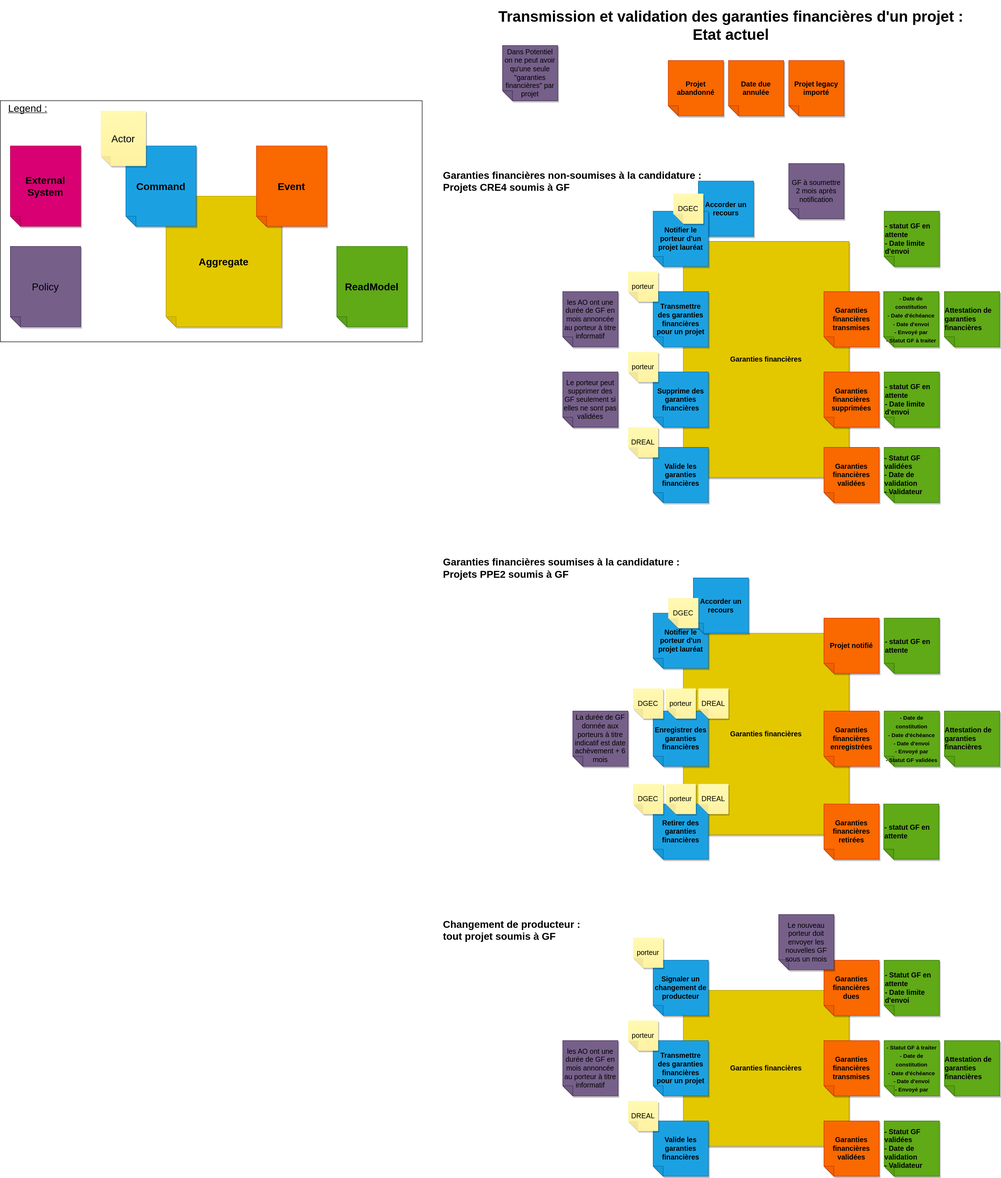
Earlier version of the draw.io export docs/event-stormings/garantiesFinancieres.drawio.svg (MTES-MCT/potentiel). Source tidied: cells renumbered, new cells last; positions are measured from the earlier drawing's top-left corner, leaving out a move shared by most shapes.
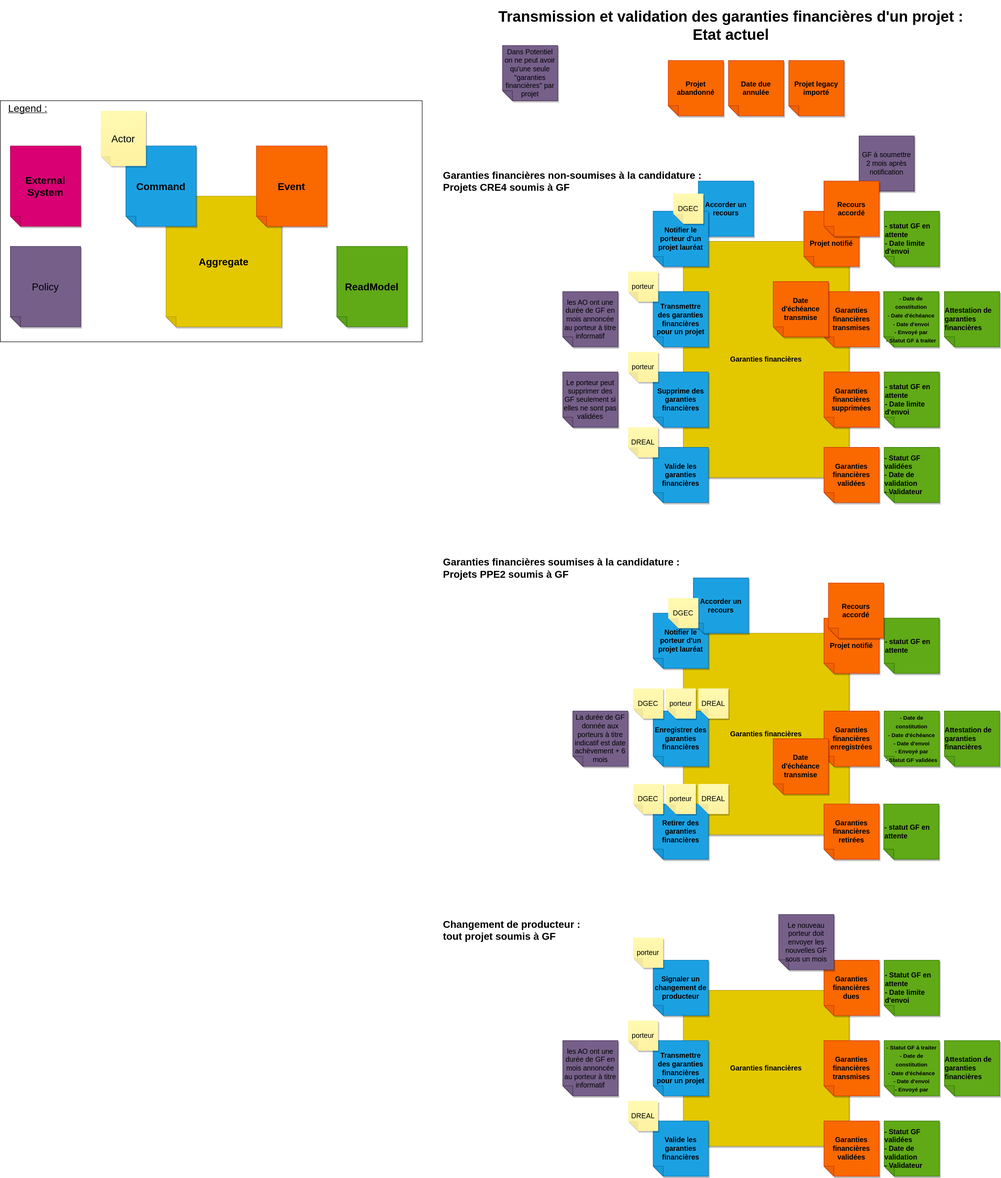
The same file after the commit.

Commit message:
🎨 Ajout events manquants

Change to the diagram source:
```diff
@@ -39,7 +39,7 @@
       <mxGeometry x="960" width="990" height="100" as="geometry" />
     </mxCell>
     <mxCell id="14" value="&lt;font color=&quot;#000000&quot; style=&quot;font-size: 14px;&quot;&gt;GF à soumettre 2 mois après notification&lt;/font&gt;" style="shape=note;whiteSpace=wrap;html=1;backgroundOutline=1;fontColor=#ffffff;darkOpacity=0.05;fillColor=#76608a;strokeColor=#432D57;fillStyle=solid;direction=west;gradientDirection=north;shadow=1;size=20;fontSize=14;" parent="1" vertex="1">
-      <mxGeometry x="1570" y="325" width="110" height="110" as="geometry" />
+      <mxGeometry x="1710" y="270" width="110" height="110" as="geometry" />
     </mxCell>
     <mxCell id="15" value="&lt;font color=&quot;#000000&quot;&gt;&lt;b&gt;- statut GF en attente&lt;br&gt;- Date limite d'envoi&lt;/b&gt;&lt;/font&gt;" style="shape=note;whiteSpace=wrap;html=1;backgroundOutline=1;fontColor=#ffffff;darkOpacity=0.05;fillColor=#60a917;strokeColor=#2D7600;fillStyle=solid;direction=west;gradientDirection=north;shadow=1;size=20;fontSize=14;align=left;" parent="1" vertex="1">
       <mxGeometry x="1760" y="420" width="110" height="110" as="geometry" />
@@ -224,5 +224,20 @@
     <mxCell id="75" value="&lt;b&gt;Projet legacy importé&lt;/b&gt;" style="shape=note;whiteSpace=wrap;html=1;backgroundOutline=1;darkOpacity=0.05;fillColor=#fa6800;strokeColor=#C73500;fillStyle=solid;direction=west;gradientDirection=north;shadow=1;size=20;fontColor=#000000;fontSize=14;" parent="1" vertex="1">
       <mxGeometry x="1570" y="120" width="110" height="110" as="geometry" />
     </mxCell>
+    <mxCell id="76" value="&lt;b style=&quot;font-size: 14px;&quot;&gt;&lt;br&gt;Projet notifié&lt;/b&gt;" style="shape=note;whiteSpace=wrap;html=1;backgroundOutline=1;darkOpacity=0.05;fillColor=#fa6800;strokeColor=#C73500;fillStyle=solid;direction=west;gradientDirection=north;shadow=1;size=20;fontColor=#000000;fontSize=14;" parent="1" vertex="1">
+      <mxGeometry x="1600" y="420" width="110" height="110" as="geometry" />
+    </mxCell>
+    <mxCell id="77" value="&lt;b&gt;Recours accordé&lt;/b&gt;" style="shape=note;whiteSpace=wrap;html=1;backgroundOutline=1;darkOpacity=0.05;fillColor=#fa6800;strokeColor=#C73500;fillStyle=solid;direction=west;gradientDirection=north;shadow=1;size=20;fontColor=#000000;fontSize=14;" parent="1" vertex="1">
+      <mxGeometry x="1640" y="360" width="110" height="110" as="geometry" />
+    </mxCell>
+    <mxCell id="78" value="&lt;b&gt;Recours accordé&lt;/b&gt;" style="shape=note;whiteSpace=wrap;html=1;backgroundOutline=1;darkOpacity=0.05;fillColor=#fa6800;strokeColor=#C73500;fillStyle=solid;direction=west;gradientDirection=north;shadow=1;size=20;fontColor=#000000;fontSize=14;" parent="1" vertex="1">
+      <mxGeometry x="1649" y="1160" width="110" height="110" as="geometry" />
+    </mxCell>
+    <mxCell id="79" value="&lt;b style=&quot;font-size: 14px;&quot;&gt;Date d'échéance transmise&lt;/b&gt;" style="shape=note;whiteSpace=wrap;html=1;backgroundOutline=1;darkOpacity=0.05;fillColor=#fa6800;strokeColor=#C73500;fillStyle=solid;direction=west;gradientDirection=north;shadow=1;size=20;fontColor=#000000;fontSize=14;" parent="1" vertex="1">
+      <mxGeometry x="1539" y="560" width="110" height="110" as="geometry" />
+    </mxCell>
+    <mxCell id="80" value="&lt;b style=&quot;font-size: 14px;&quot;&gt;Date d'échéance transmise&lt;/b&gt;" style="shape=note;whiteSpace=wrap;html=1;backgroundOutline=1;darkOpacity=0.05;fillColor=#fa6800;strokeColor=#C73500;fillStyle=solid;direction=west;gradientDirection=north;shadow=1;size=20;fontColor=#000000;fontSize=14;" parent="1" vertex="1">
+      <mxGeometry x="1539" y="1470" width="110" height="110" as="geometry" />
+    </mxCell>
   </root>
 </mxGraphModel>
```
